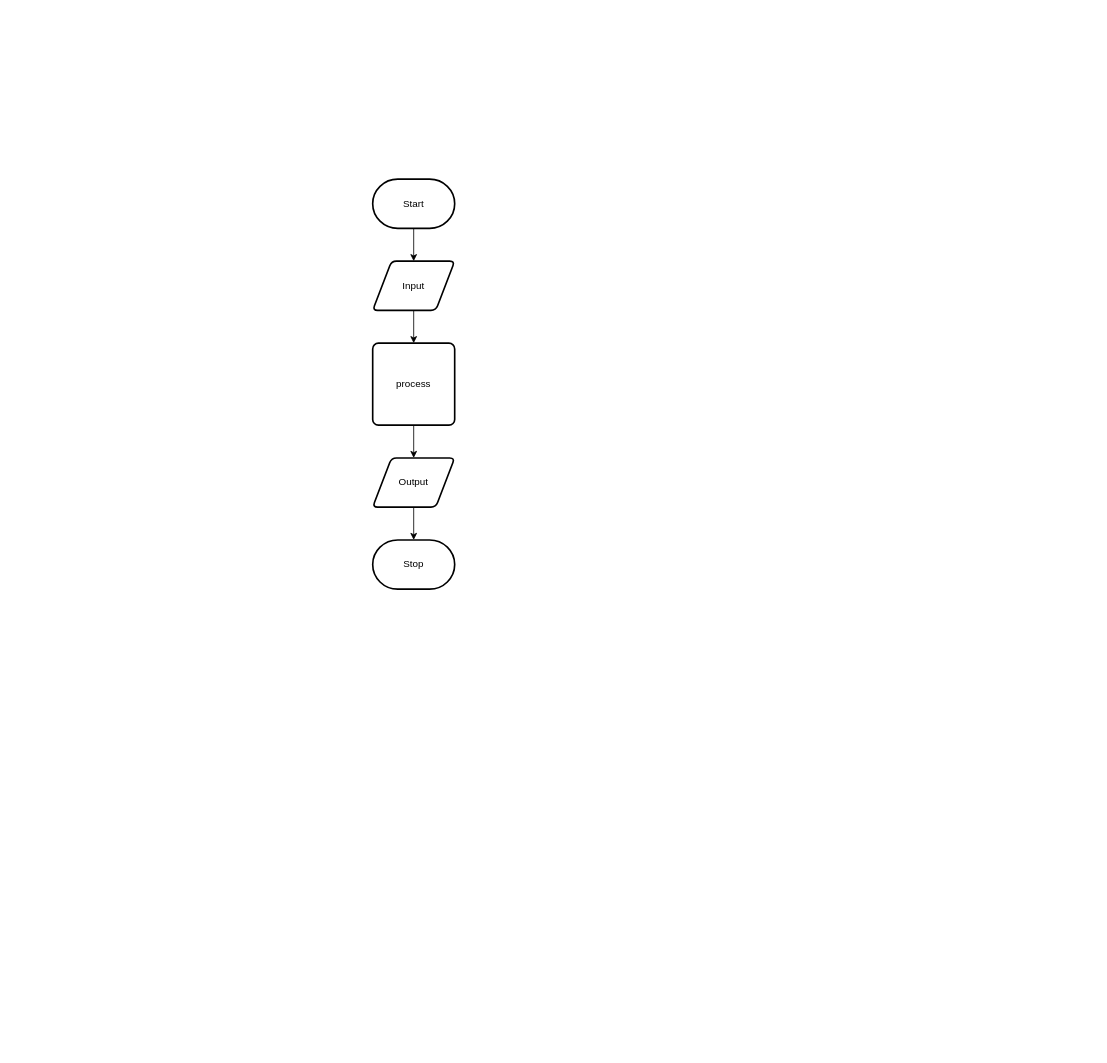
Earlier version of the draw.io diagram design/flow-chart.drawio (maliksalem1/ICS2O-Unit5-08-JS). Source tidied: cells renumbered, new cells numbered last; positions are measured from the earlier drawing's top-left corner, leaving out a move shared by most shapes. Both pictures are drawn from the tidied source at 82%, with x=0, y=0 at pixel (372, 179).
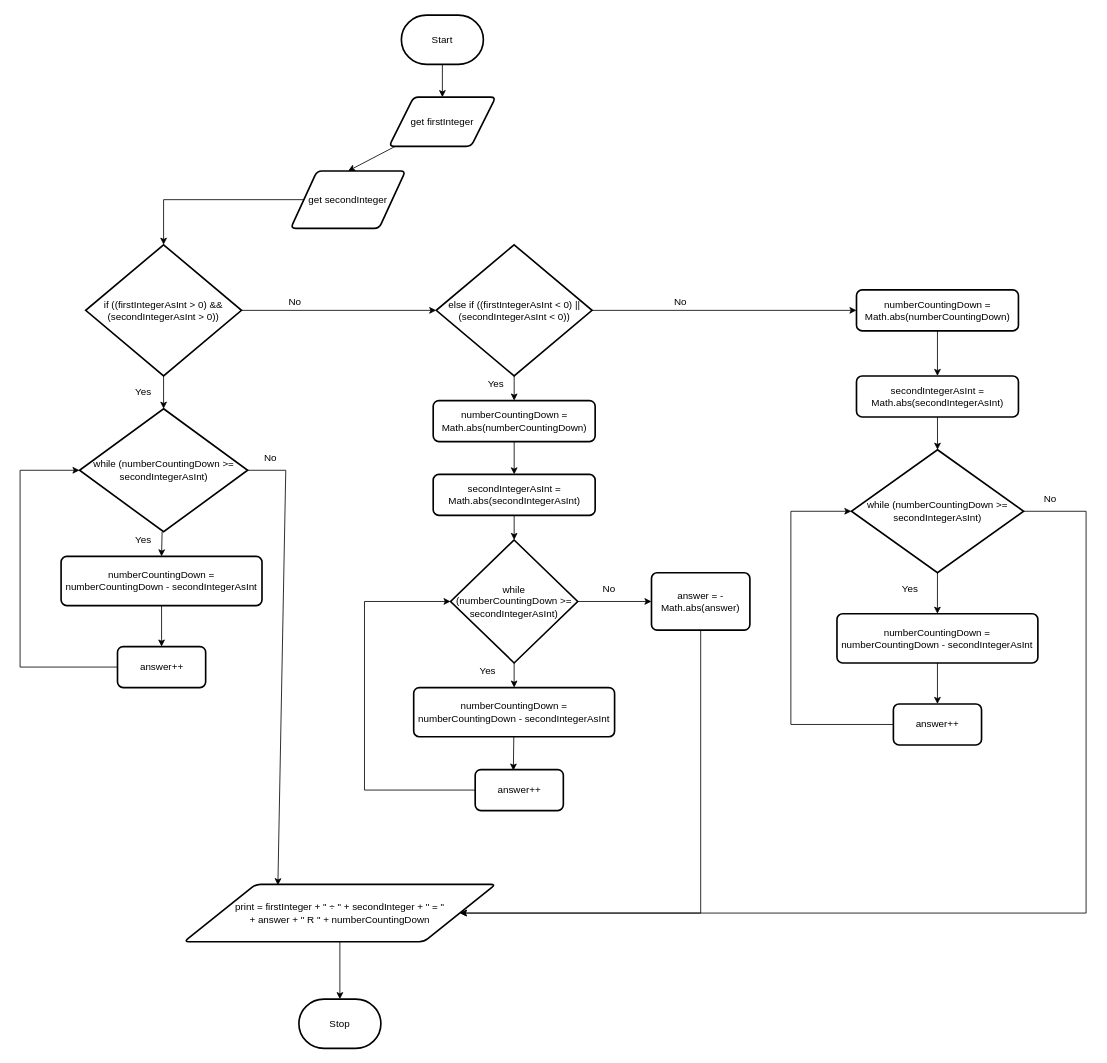
After the change.

The edit, as a diff of the source:
```diff
@@
     <mxCell id="3" value="Start" style="strokeWidth=2;html=1;shape=mxgraph.flowchart.terminator;whiteSpace=wrap;" parent="1" vertex="1">
-      <mxGeometry width="100" height="60" as="geometry" />
+      <mxGeometry x="35" y="-200" width="100" height="60" as="geometry" />
     </mxCell>
-    <mxCell id="4" style="edgeStyle=none;html=1;" parent="1" edge="1" source="5" target="7">
-      <mxGeometry relative="1" as="geometry" />
-    </mxCell>
+    <mxCell id="11" style="edgeStyle=none;html=1;entryX=0.5;entryY=0;entryDx=0;entryDy=0;" parent="1" edge="1" source="5" target="13">
+      <mxGeometry relative="1" as="geometry" />
+    </mxCell>
-    <mxCell id="5" value="Input" style="shape=parallelogram;html=1;strokeWidth=2;perimeter=parallelogramPerimeter;whiteSpace=wrap;rounded=1;arcSize=12;size=0.23;" parent="1" vertex="1">
-      <mxGeometry y="100" width="100" height="60" as="geometry" />
+    <mxCell id="5" value="get firstInteger" style="shape=parallelogram;html=1;strokeWidth=2;perimeter=parallelogramPerimeter;whiteSpace=wrap;rounded=1;arcSize=12;size=0.23;" parent="1" vertex="1">
+      <mxGeometry x="20" y="-100" width="130" height="60" as="geometry" />
     </mxCell>
-    <mxCell id="6" style="edgeStyle=none;html=1;" parent="1" edge="1" source="7" target="9">
-      <mxGeometry relative="1" as="geometry" />
-    </mxCell>
-    <mxCell id="7" value="process" style="rounded=1;whiteSpace=wrap;html=1;absoluteArcSize=1;arcSize=14;strokeWidth=2;" parent="1" vertex="1">
-      <mxGeometry y="200" width="100" height="100" as="geometry" />
-    </mxCell>
-    <mxCell id="8" style="edgeStyle=none;html=1;" parent="1" edge="1" source="9" target="10">
-      <mxGeometry relative="1" as="geometry" />
-    </mxCell>
-    <mxCell id="9" value="Output" style="shape=parallelogram;html=1;strokeWidth=2;perimeter=parallelogramPerimeter;whiteSpace=wrap;rounded=1;arcSize=12;size=0.23;" parent="1" vertex="1">
-      <mxGeometry y="340" width="100" height="60" as="geometry" />
-    </mxCell>
+    <mxCell id="12" style="edgeStyle=none;rounded=0;html=1;entryX=0.5;entryY=0;entryDx=0;entryDy=0;entryPerimeter=0;" parent="1" edge="1" source="13" target="17">
+      <mxGeometry relative="1" as="geometry">
+        <Array as="points">
+          <mxPoint x="-255" y="25" />
+        </Array>
+      </mxGeometry>
+    </mxCell>
+    <mxCell id="13" value="get secondInteger" style="shape=parallelogram;html=1;strokeWidth=2;perimeter=parallelogramPerimeter;whiteSpace=wrap;rounded=1;arcSize=12;size=0.23;" parent="1" vertex="1">
+      <mxGeometry x="-100" y="-10" width="140" height="70" as="geometry" />
+    </mxCell>
+    <mxCell id="14" style="edgeStyle=none;rounded=0;html=1;entryX=0.5;entryY=0;entryDx=0;entryDy=0;entryPerimeter=0;" parent="1" edge="1" source="17" target="19">
+      <mxGeometry relative="1" as="geometry" />
+    </mxCell>
+    <mxCell id="15" style="edgeStyle=none;rounded=0;html=1;entryX=0.301;entryY=0.015;entryDx=0;entryDy=0;entryPerimeter=0;exitX=1;exitY=0.5;exitDx=0;exitDy=0;exitPerimeter=0;" parent="1" edge="1" source="19" target="26">
+      <mxGeometry relative="1" as="geometry">
+        <Array as="points">
+          <mxPoint x="-106" y="355" />
+        </Array>
+      </mxGeometry>
+    </mxCell>
+    <mxCell id="16" style="edgeStyle=none;rounded=0;html=1;entryX=0;entryY=0.5;entryDx=0;entryDy=0;entryPerimeter=0;" parent="1" edge="1" source="17" target="30">
+      <mxGeometry relative="1" as="geometry" />
+    </mxCell>
+    <mxCell id="17" value="if ((firstIntegerAsInt &amp;gt; 0) &amp;amp;&amp;amp; (secondIntegerAsInt &amp;gt; 0))" style="strokeWidth=2;html=1;shape=mxgraph.flowchart.decision;whiteSpace=wrap;" parent="1" vertex="1">
+      <mxGeometry x="-350" y="80" width="190" height="160" as="geometry" />
+    </mxCell>
+    <mxCell id="18" style="edgeStyle=none;rounded=0;html=1;entryX=0.5;entryY=0;entryDx=0;entryDy=0;" parent="1" edge="1" source="19" target="22">
+      <mxGeometry relative="1" as="geometry" />
+    </mxCell>
+    <mxCell id="19" value="while (numberCountingDown &amp;gt;= secondIntegerAsInt)" style="strokeWidth=2;html=1;shape=mxgraph.flowchart.decision;whiteSpace=wrap;" parent="1" vertex="1">
+      <mxGeometry x="-357.5" y="280" width="205" height="150" as="geometry" />
+    </mxCell>
+    <mxCell id="20" value="Yes" style="text;html=1;align=center;verticalAlign=middle;fillColor=none;strokeColor=none;rounded=0;" parent="1" vertex="1">
+      <mxGeometry x="-300" y="250" width="40" height="20" as="geometry" />
+    </mxCell>
+    <mxCell id="21" style="edgeStyle=none;rounded=0;html=1;entryX=0.5;entryY=0;entryDx=0;entryDy=0;" parent="1" edge="1" source="22" target="24">
+      <mxGeometry relative="1" as="geometry" />
+    </mxCell>
+    <mxCell id="22" value="numberCountingDown = numberCountingDown - secondIntegerAsInt" style="rounded=1;whiteSpace=wrap;html=1;absoluteArcSize=1;arcSize=14;strokeWidth=2;" parent="1" vertex="1">
+      <mxGeometry x="-380" y="460" width="245" height="60" as="geometry" />
+    </mxCell>
+    <mxCell id="23" style="edgeStyle=none;rounded=0;html=1;entryX=0;entryY=0.5;entryDx=0;entryDy=0;entryPerimeter=0;" parent="1" edge="1" source="24" target="19">
+      <mxGeometry relative="1" as="geometry">
+        <Array as="points">
+          <mxPoint x="-430" y="595" />
+          <mxPoint x="-430" y="355" />
+        </Array>
+      </mxGeometry>
+    </mxCell>
+    <mxCell id="24" value="answer++" style="rounded=1;whiteSpace=wrap;html=1;absoluteArcSize=1;arcSize=14;strokeWidth=2;" parent="1" vertex="1">
+      <mxGeometry x="-311.2" y="570" width="107.5" height="50" as="geometry" />
+    </mxCell>
+    <mxCell id="25" style="edgeStyle=none;rounded=0;html=1;entryX=0.5;entryY=0;entryDx=0;entryDy=0;entryPerimeter=0;" parent="1" edge="1" source="26" target="10">
+      <mxGeometry relative="1" as="geometry" />
+    </mxCell>
+    <mxCell id="26" value="print =&amp;nbsp;&lt;span&gt;firstInteger + &quot; ÷ &quot; + secondInteger + &quot; = &quot; &lt;br&gt;+ answer + &quot; R &quot; + numberCountingDown&lt;br&gt;&lt;/span&gt;" style="shape=parallelogram;html=1;strokeWidth=2;perimeter=parallelogramPerimeter;whiteSpace=wrap;rounded=1;arcSize=12;size=0.23;" parent="1" vertex="1">
+      <mxGeometry x="-230" y="860" width="380" height="70" as="geometry" />
+    </mxCell>
+    <mxCell id="27" value="No" style="text;html=1;align=center;verticalAlign=middle;fillColor=none;strokeColor=none;rounded=0;" parent="1" vertex="1">
+      <mxGeometry x="-140" y="330" width="30" height="20" as="geometry" />
+    </mxCell>
+    <mxCell id="28" style="edgeStyle=none;rounded=0;html=1;entryX=0.5;entryY=0;entryDx=0;entryDy=0;" parent="1" edge="1" source="30" target="32">
+      <mxGeometry relative="1" as="geometry" />
+    </mxCell>
+    <mxCell id="29" style="edgeStyle=none;rounded=0;html=1;entryX=0;entryY=0.5;entryDx=0;entryDy=0;" parent="1" edge="1" source="30" target="50">
+      <mxGeometry relative="1" as="geometry" />
+    </mxCell>
+    <mxCell id="30" value="else if ((firstIntegerAsInt &amp;lt; 0) || (secondIntegerAsInt &amp;lt; 0))" style="strokeWidth=2;html=1;shape=mxgraph.flowchart.decision;whiteSpace=wrap;" parent="1" vertex="1">
+      <mxGeometry x="77.5" y="80" width="190" height="160" as="geometry" />
+    </mxCell>
+    <mxCell id="31" style="edgeStyle=none;rounded=0;html=1;entryX=0.5;entryY=0;entryDx=0;entryDy=0;" parent="1" edge="1" source="32" target="34">
+      <mxGeometry relative="1" as="geometry" />
+    </mxCell>
+    <mxCell id="32" value="numberCountingDown = Math.abs(numberCountingDown)" style="rounded=1;whiteSpace=wrap;html=1;absoluteArcSize=1;arcSize=14;strokeWidth=2;" parent="1" vertex="1">
+      <mxGeometry x="73.8" y="270" width="197.5" height="50" as="geometry" />
+    </mxCell>
+    <mxCell id="33" style="edgeStyle=none;rounded=0;html=1;entryX=0.5;entryY=0;entryDx=0;entryDy=0;entryPerimeter=0;" parent="1" edge="1" source="34" target="37">
+      <mxGeometry relative="1" as="geometry" />
+    </mxCell>
+    <mxCell id="34" value="secondIntegerAsInt = Math.abs(secondIntegerAsInt)" style="rounded=1;whiteSpace=wrap;html=1;absoluteArcSize=1;arcSize=14;strokeWidth=2;" parent="1" vertex="1">
+      <mxGeometry x="73.8" y="360" width="197.5" height="50" as="geometry" />
+    </mxCell>
+    <mxCell id="35" style="edgeStyle=none;rounded=0;html=1;entryX=0.5;entryY=0;entryDx=0;entryDy=0;" parent="1" edge="1" source="37" target="39">
+      <mxGeometry relative="1" as="geometry" />
+    </mxCell>
+    <mxCell id="36" style="edgeStyle=none;rounded=0;html=1;entryX=0;entryY=0.5;entryDx=0;entryDy=0;" parent="1" edge="1" source="37" target="46">
+      <mxGeometry relative="1" as="geometry" />
+    </mxCell>
+    <mxCell id="37" value="while (numberCountingDown &amp;gt;= secondIntegerAsInt)" style="strokeWidth=2;html=1;shape=mxgraph.flowchart.decision;whiteSpace=wrap;" parent="1" vertex="1">
+      <mxGeometry x="95" y="440" width="155" height="150" as="geometry" />
+    </mxCell>
+    <mxCell id="38" style="edgeStyle=none;rounded=0;html=1;entryX=0.433;entryY=0.025;entryDx=0;entryDy=0;entryPerimeter=0;" parent="1" edge="1" source="39" target="43">
+      <mxGeometry relative="1" as="geometry" />
+    </mxCell>
+    <mxCell id="39" value="numberCountingDown = numberCountingDown - secondIntegerAsInt" style="rounded=1;whiteSpace=wrap;html=1;absoluteArcSize=1;arcSize=14;strokeWidth=2;" parent="1" vertex="1">
+      <mxGeometry x="50" y="620" width="245" height="60" as="geometry" />
+    </mxCell>
+    <mxCell id="40" value="No" style="text;html=1;align=center;verticalAlign=middle;fillColor=none;strokeColor=none;rounded=0;" parent="1" vertex="1">
+      <mxGeometry x="-110" y="140" width="30" height="20" as="geometry" />
+    </mxCell>
+    <mxCell id="41" value="Yes" style="text;html=1;align=center;verticalAlign=middle;fillColor=none;strokeColor=none;rounded=0;" parent="1" vertex="1">
+      <mxGeometry x="-300" y="430" width="40" height="20" as="geometry" />
+    </mxCell>
+    <mxCell id="42" style="edgeStyle=none;rounded=0;html=1;entryX=0;entryY=0.5;entryDx=0;entryDy=0;entryPerimeter=0;" parent="1" edge="1" source="43" target="37">
+      <mxGeometry relative="1" as="geometry">
+        <Array as="points">
+          <mxPoint x="-10" y="745" />
+          <mxPoint x="-10" y="515" />
+        </Array>
+      </mxGeometry>
+    </mxCell>
+    <mxCell id="43" value="answer++" style="rounded=1;whiteSpace=wrap;html=1;absoluteArcSize=1;arcSize=14;strokeWidth=2;" parent="1" vertex="1">
+      <mxGeometry x="125" y="720" width="107.5" height="50" as="geometry" />
+    </mxCell>
+    <mxCell id="44" value="Yes" style="text;html=1;align=center;verticalAlign=middle;fillColor=none;strokeColor=none;rounded=0;" parent="1" vertex="1">
+      <mxGeometry x="130" y="240" width="40" height="20" as="geometry" />
+    </mxCell>
+    <mxCell id="45" style="edgeStyle=none;rounded=0;html=1;entryX=1;entryY=0.5;entryDx=0;entryDy=0;" parent="1" edge="1" source="46" target="26">
+      <mxGeometry relative="1" as="geometry">
+        <Array as="points">
+          <mxPoint x="400" y="895" />
+        </Array>
+      </mxGeometry>
+    </mxCell>
+    <mxCell id="46" value="answer = -Math.abs(answer)" style="rounded=1;whiteSpace=wrap;html=1;absoluteArcSize=1;arcSize=14;strokeWidth=2;" parent="1" vertex="1">
+      <mxGeometry x="340" y="480" width="120" height="70" as="geometry" />
+    </mxCell>
+    <mxCell id="47" value="Yes" style="text;html=1;align=center;verticalAlign=middle;fillColor=none;strokeColor=none;rounded=0;" parent="1" vertex="1">
+      <mxGeometry x="120" y="590" width="40" height="20" as="geometry" />
+    </mxCell>
+    <mxCell id="48" value="No" style="text;html=1;align=center;verticalAlign=middle;fillColor=none;strokeColor=none;rounded=0;" parent="1" vertex="1">
+      <mxGeometry x="272.5" y="490" width="30" height="20" as="geometry" />
+    </mxCell>
+    <mxCell id="49" style="edgeStyle=none;rounded=0;html=1;entryX=0.5;entryY=0;entryDx=0;entryDy=0;" parent="1" edge="1" source="50" target="53">
+      <mxGeometry relative="1" as="geometry" />
+    </mxCell>
+    <mxCell id="50" value="numberCountingDown = Math.abs(numberCountingDown)" style="rounded=1;whiteSpace=wrap;html=1;absoluteArcSize=1;arcSize=14;strokeWidth=2;" parent="1" vertex="1">
+      <mxGeometry x="590" y="135" width="197.5" height="50" as="geometry" />
+    </mxCell>
+    <mxCell id="51" value="No" style="text;html=1;align=center;verticalAlign=middle;fillColor=none;strokeColor=none;rounded=0;" parent="1" vertex="1">
+      <mxGeometry x="360" y="140" width="30" height="20" as="geometry" />
+    </mxCell>
+    <mxCell id="52" style="edgeStyle=none;rounded=0;html=1;entryX=0.5;entryY=0;entryDx=0;entryDy=0;entryPerimeter=0;" parent="1" edge="1" source="53" target="56">
+      <mxGeometry relative="1" as="geometry" />
+    </mxCell>
+    <mxCell id="53" value="secondIntegerAsInt = Math.abs(secondIntegerAsInt)" style="rounded=1;whiteSpace=wrap;html=1;absoluteArcSize=1;arcSize=14;strokeWidth=2;" parent="1" vertex="1">
+      <mxGeometry x="590" y="240" width="197.5" height="50" as="geometry" />
+    </mxCell>
+    <mxCell id="54" style="edgeStyle=none;rounded=0;html=1;entryX=0.5;entryY=0;entryDx=0;entryDy=0;" parent="1" edge="1" source="56" target="58">
+      <mxGeometry relative="1" as="geometry" />
+    </mxCell>
+    <mxCell id="55" style="edgeStyle=none;rounded=0;html=1;entryX=1;entryY=0.5;entryDx=0;entryDy=0;exitX=1;exitY=0.5;exitDx=0;exitDy=0;exitPerimeter=0;" parent="1" edge="1" source="56" target="26">
+      <mxGeometry relative="1" as="geometry">
+        <Array as="points">
+          <mxPoint x="870" y="405" />
+          <mxPoint x="870" y="895" />
+        </Array>
+      </mxGeometry>
+    </mxCell>
+    <mxCell id="56" value="while (numberCountingDown &amp;gt;= secondIntegerAsInt)" style="strokeWidth=2;html=1;shape=mxgraph.flowchart.decision;whiteSpace=wrap;" parent="1" vertex="1">
+      <mxGeometry x="583.8" y="330" width="210" height="150" as="geometry" />
+    </mxCell>
+    <mxCell id="57" style="edgeStyle=none;rounded=0;html=1;entryX=0.5;entryY=0;entryDx=0;entryDy=0;" parent="1" edge="1" source="58" target="60">
+      <mxGeometry relative="1" as="geometry" />
+    </mxCell>
+    <mxCell id="58" value="numberCountingDown = numberCountingDown - secondIntegerAsInt" style="rounded=1;whiteSpace=wrap;html=1;absoluteArcSize=1;arcSize=14;strokeWidth=2;" parent="1" vertex="1">
+      <mxGeometry x="566.2" y="530" width="245" height="60" as="geometry" />
+    </mxCell>
+    <mxCell id="59" style="edgeStyle=none;rounded=0;html=1;entryX=0;entryY=0.5;entryDx=0;entryDy=0;entryPerimeter=0;" parent="1" edge="1" source="60" target="56">
+      <mxGeometry relative="1" as="geometry">
+        <Array as="points">
+          <mxPoint x="510" y="665" />
+          <mxPoint x="510" y="405" />
+        </Array>
+      </mxGeometry>
+    </mxCell>
+    <mxCell id="60" value="answer++" style="rounded=1;whiteSpace=wrap;html=1;absoluteArcSize=1;arcSize=14;strokeWidth=2;" parent="1" vertex="1">
+      <mxGeometry x="635" y="640" width="107.5" height="50" as="geometry" />
+    </mxCell>
+    <mxCell id="61" value="Yes" style="text;html=1;align=center;verticalAlign=middle;fillColor=none;strokeColor=none;rounded=0;" parent="1" vertex="1">
+      <mxGeometry x="635" y="490" width="40" height="20" as="geometry" />
+    </mxCell>
+    <mxCell id="62" value="No" style="text;html=1;align=center;verticalAlign=middle;fillColor=none;strokeColor=none;rounded=0;" parent="1" vertex="1">
+      <mxGeometry x="811.2" y="380" width="30" height="20" as="geometry" />
+    </mxCell>
     <mxCell id="10" value="Stop" style="strokeWidth=2;html=1;shape=mxgraph.flowchart.terminator;whiteSpace=wrap;" parent="1" vertex="1">
-      <mxGeometry y="440" width="100" height="60" as="geometry" />
+      <mxGeometry x="-90" y="1000" width="100" height="60" as="geometry" />
     </mxCell>
```
